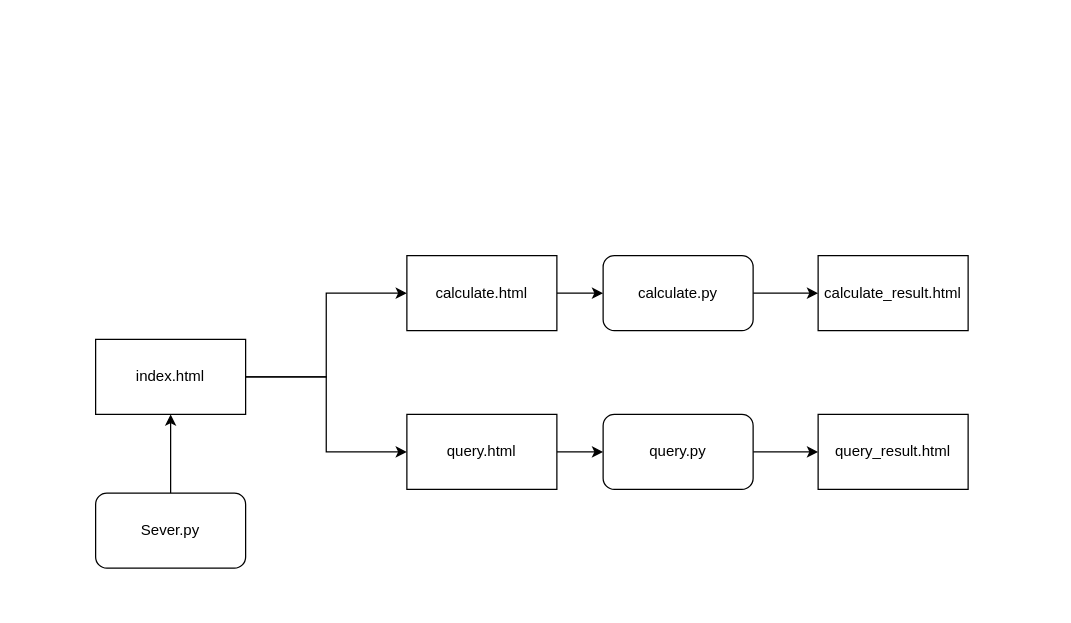
The draw.io diagram 测试.drawio in ZYNsama666/BackUp, before the edit. Source tidied: cells renumbered, new cells numbered last; positions are measured from the earlier drawing's top-left corner, leaving out a move shared by most shapes. Both pictures are drawn from the tidied source at 125%, with x=0, y=0 at pixel (95, 255).
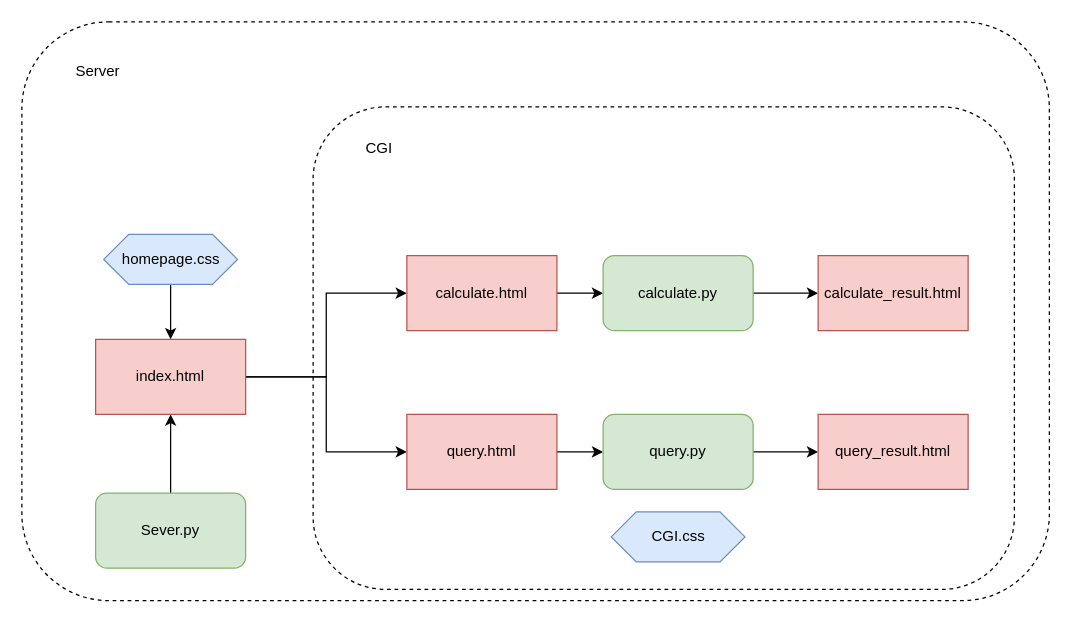
The same page after the edit.

The edit, as a diff of the source:
```diff
@@
+    <mxCell id="17" style="rounded=1;whiteSpace=wrap;html=1;fillColor=none;strokeColor=default;dashed=1;" parent="1" vertex="1">
+      <mxGeometry x="-59" y="-187" width="822" height="463" as="geometry" />
+    </mxCell>
+    <mxCell id="18" style="rounded=1;whiteSpace=wrap;html=1;fillColor=none;strokeColor=default;dashed=1;" parent="1" vertex="1">
+      <mxGeometry x="174" y="-119" width="561" height="386" as="geometry" />
+    </mxCell>
@@
-    <mxCell id="4" value="index.html" style="rounded=0;whiteSpace=wrap;html=1;" parent="1" vertex="1">
+    <mxCell id="4" value="index.html" style="rounded=0;whiteSpace=wrap;html=1;fillColor=#f8cecc;strokeColor=#b85450;" parent="1" vertex="1">
       <mxGeometry y="67" width="120" height="60" as="geometry" />
     </mxCell>
@@
-    <mxCell id="6" value="Sever.py" style="rounded=1;whiteSpace=wrap;html=1;" parent="1" vertex="1">
+    <mxCell id="6" value="Sever.py" style="rounded=1;whiteSpace=wrap;html=1;fillColor=#d5e8d4;strokeColor=#82b366;" parent="1" vertex="1">
       <mxGeometry y="190" width="120" height="60" as="geometry" />
     </mxCell>
@@
-    <mxCell id="8" value="calculate.html" style="rounded=0;whiteSpace=wrap;html=1;" parent="1" vertex="1">
+    <mxCell id="8" value="calculate.html" style="rounded=0;whiteSpace=wrap;html=1;fillColor=#f8cecc;strokeColor=#b85450;" parent="1" vertex="1">
       <mxGeometry x="249" width="120" height="60" as="geometry" />
     </mxCell>
@@
-    <mxCell id="10" value="query.html" style="rounded=0;whiteSpace=wrap;html=1;" parent="1" vertex="1">
+    <mxCell id="10" value="query.html" style="rounded=0;whiteSpace=wrap;html=1;fillColor=#f8cecc;strokeColor=#b85450;" parent="1" vertex="1">
       <mxGeometry x="249" y="127" width="120" height="60" as="geometry" />
     </mxCell>
@@
-    <mxCell id="12" value="calculate.py" style="rounded=1;whiteSpace=wrap;html=1;" parent="1" vertex="1">
+    <mxCell id="12" value="calculate.py" style="rounded=1;whiteSpace=wrap;html=1;fillColor=#d5e8d4;strokeColor=#82b366;" parent="1" vertex="1">
       <mxGeometry x="406" width="120" height="60" as="geometry" />
     </mxCell>
@@
-    <mxCell id="14" value="query.py" style="rounded=1;whiteSpace=wrap;html=1;" parent="1" vertex="1">
+    <mxCell id="14" value="query.py" style="rounded=1;whiteSpace=wrap;html=1;fillColor=#d5e8d4;strokeColor=#82b366;" parent="1" vertex="1">
       <mxGeometry x="406" y="127" width="120" height="60" as="geometry" />
     </mxCell>
-    <mxCell id="15" value="calculate_result.html" style="rounded=0;whiteSpace=wrap;html=1;" parent="1" vertex="1">
+    <mxCell id="15" value="calculate_result.html" style="rounded=0;whiteSpace=wrap;html=1;fillColor=#f8cecc;strokeColor=#b85450;" parent="1" vertex="1">
       <mxGeometry x="578" width="120" height="60" as="geometry" />
     </mxCell>
-    <mxCell id="16" value="query_result.html" style="rounded=0;whiteSpace=wrap;html=1;" parent="1" vertex="1">
+    <mxCell id="16" value="query_result.html" style="rounded=0;whiteSpace=wrap;html=1;fillColor=#f8cecc;strokeColor=#b85450;" parent="1" vertex="1">
       <mxGeometry x="578" y="127" width="120" height="60" as="geometry" />
     </mxCell>
+    <mxCell id="19" style="edgeStyle=orthogonalEdgeStyle;rounded=0;jettySize=auto;html=1;entryX=0.5;entryY=0;entryDx=0;entryDy=0;" parent="1" edge="1" source="20" target="4">
+      <mxGeometry relative="1" as="geometry" />
+    </mxCell>
+    <mxCell id="20" value="homepage.css" style="shape=hexagon;perimeter=hexagonPerimeter2;whiteSpace=wrap;html=1;fixedSize=1;fillColor=#dae8fc;strokeColor=#6c8ebf;" parent="1" vertex="1">
+      <mxGeometry x="6.5" y="-17" width="107" height="40" as="geometry" />
+    </mxCell>
+    <mxCell id="21" value="CGI.css" style="shape=hexagon;perimeter=hexagonPerimeter2;whiteSpace=wrap;html=1;fixedSize=1;fillColor=#dae8fc;strokeColor=#6c8ebf;" parent="1" vertex="1">
+      <mxGeometry x="412.5" y="205" width="107" height="40" as="geometry" />
+    </mxCell>
+    <mxCell id="22" value="CGI" style="text;html=1;strokeColor=none;fillColor=none;align=center;verticalAlign=middle;whiteSpace=wrap;rounded=0;" parent="1" vertex="1">
+      <mxGeometry x="197" y="-101" width="60" height="30" as="geometry" />
+    </mxCell>
+    <mxCell id="23" value="Server" style="text;html=1;strokeColor=none;fillColor=none;align=center;verticalAlign=middle;whiteSpace=wrap;rounded=0;" parent="1" vertex="1">
+      <mxGeometry x="-28" y="-162" width="60" height="30" as="geometry" />
+    </mxCell>
```
